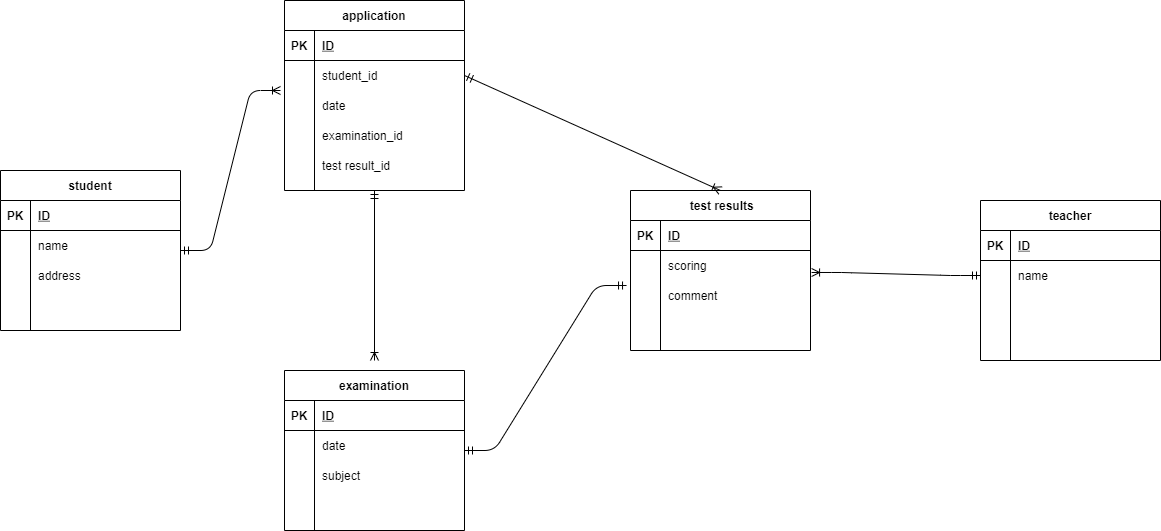
Above: index.drawio.png in nishida-riyo/coachtech-DBER (draw.io), before the change. Source tidied: cells renumbered, new cells last; positions are measured from the earlier drawing's top-left corner, leaving out a move shared by most shapes.
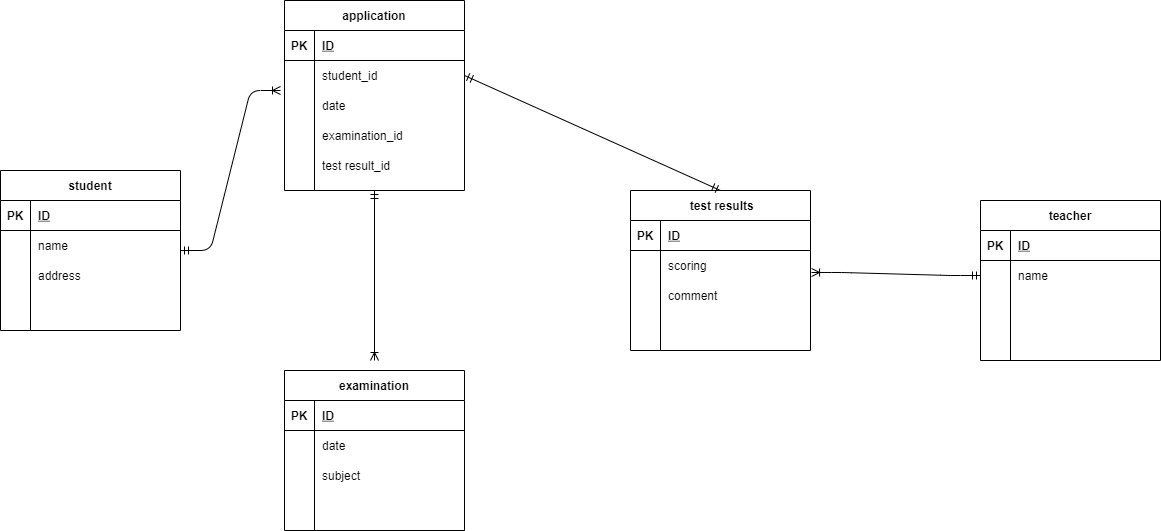
After the change.

Commit message:
演習課題修正

Change to the diagram source:
```diff
@@ -215,17 +215,12 @@
     <mxCell id="71" style="edgeStyle=entityRelationEdgeStyle;fontSize=12;html=1;endArrow=ERmandOne;startArrow=ERoneToMany;exitX=1.006;exitY=0.733;exitDx=0;exitDy=0;endFill=0;startFill=0;exitPerimeter=0;entryX=0;entryY=0.5;entryDx=0;entryDy=0;" parent="1" edge="1" source="62" target="48">
       <mxGeometry relative="1" as="geometry" />
     </mxCell>
-    <mxCell id="72" style="edgeStyle=entityRelationEdgeStyle;fontSize=12;html=1;endArrow=ERmandOne;startArrow=ERmandOne;entryX=-0.022;entryY=0.167;entryDx=0;entryDy=0;entryPerimeter=0;startFill=0;endFill=0;" parent="1" edge="1" target="65">
-      <mxGeometry relative="1" as="geometry">
-        <mxPoint x="464" y="450" as="sourcePoint" />
-      </mxGeometry>
-    </mxCell>
     <mxCell id="73" style="fontSize=12;html=1;endArrow=ERmandOne;startArrow=ERoneToMany;entryX=0.5;entryY=1;entryDx=0;entryDy=0;endFill=0;startFill=0;" parent="1" edge="1" target="15">
       <mxGeometry relative="1" as="geometry">
         <mxPoint x="374" y="360" as="sourcePoint" />
       </mxGeometry>
     </mxCell>
-    <mxCell id="74" style="fontSize=12;html=1;endArrow=ERmandOne;startArrow=ERoneToMany;entryX=1;entryY=0.5;entryDx=0;entryDy=0;exitX=0.5;exitY=0;exitDx=0;exitDy=0;endFill=0;startFill=0;" parent="1" edge="1" source="58" target="19">
+    <mxCell id="74" style="fontSize=12;html=1;endArrow=ERmandOne;startArrow=ERmandOne;entryX=1;entryY=0.5;entryDx=0;entryDy=0;exitX=0.5;exitY=0;exitDx=0;exitDy=0;endFill=0;startFill=0;" parent="1" edge="1" source="58" target="19">
       <mxGeometry relative="1" as="geometry" />
     </mxCell>
   </root>
```
